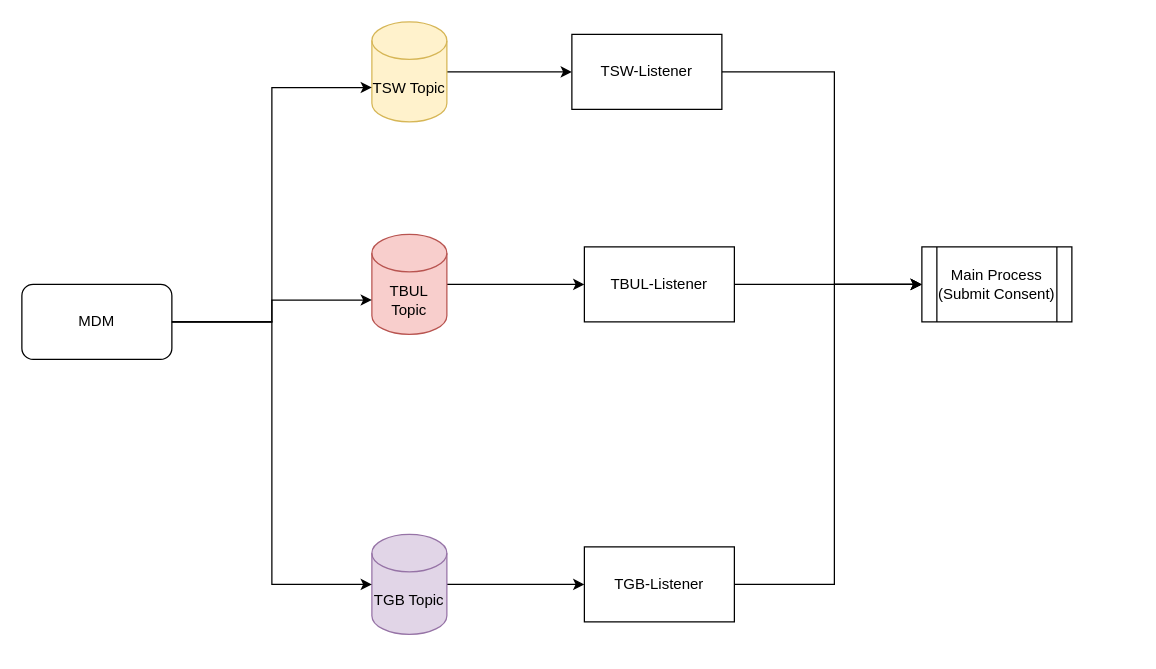
This is page "NMSC-Topics" (15 of 15) of OT.drawio from biswarup81/drawings, a draw.io file, before an edit. Source tidied: cells renumbered, new cells numbered last; positions are measured from the earlier drawing's top-left corner, leaving out a move shared by most shapes. Both pictures are drawn from the tidied source at 125%, with x=0, y=0 at pixel (21, 21).
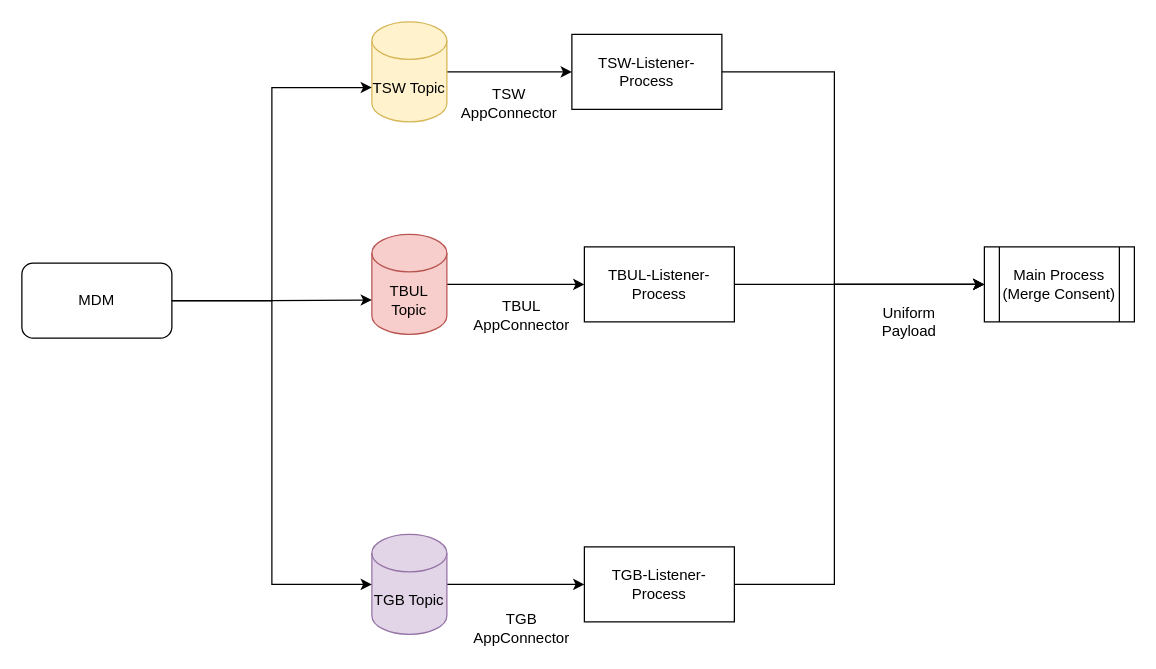
After the change.

What changed in the source:
```diff
@@
     <mxCell id="2" value="MDM" style="rounded=1;whiteSpace=wrap;html=1;" parent="1" vertex="1">
-      <mxGeometry y="210" width="120" height="60" as="geometry" />
+      <mxGeometry y="193" width="120" height="60" as="geometry" />
     </mxCell>
@@
-    <mxCell id="10" value="TSW-Listener" style="rounded=0;whiteSpace=wrap;html=1;" parent="1" vertex="1">
+    <mxCell id="10" value="TSW-Listener-Process" style="rounded=0;whiteSpace=wrap;html=1;" parent="1" vertex="1">
       <mxGeometry x="440" y="10" width="120" height="60" as="geometry" />
     </mxCell>
@@
-    <mxCell id="12" value="TBUL-Listener" style="rounded=0;whiteSpace=wrap;html=1;" parent="1" vertex="1">
+    <mxCell id="12" value="TBUL-Listener-Process" style="rounded=0;whiteSpace=wrap;html=1;" parent="1" vertex="1">
       <mxGeometry x="450" y="180" width="120" height="60" as="geometry" />
     </mxCell>
@@
-    <mxCell id="14" value="TGB-Listener" style="rounded=0;whiteSpace=wrap;html=1;" parent="1" vertex="1">
+    <mxCell id="14" value="TGB-Listener-Process" style="rounded=0;whiteSpace=wrap;html=1;" parent="1" vertex="1">
       <mxGeometry x="450" y="420" width="120" height="60" as="geometry" />
     </mxCell>
-    <mxCell id="15" value="Main Process&lt;div&gt;(Submit Consent)&lt;/div&gt;" style="shape=process;whiteSpace=wrap;html=1;backgroundOutline=1;" parent="1" vertex="1">
-      <mxGeometry x="720" y="180" width="120" height="60" as="geometry" />
+    <mxCell id="15" value="Main Process&lt;div&gt;(Merge Consent)&lt;/div&gt;" style="shape=process;whiteSpace=wrap;html=1;backgroundOutline=1;" parent="1" vertex="1">
+      <mxGeometry x="770" y="180" width="120" height="60" as="geometry" />
     </mxCell>
@@
+    <mxCell id="19" value="TBUL AppConnector" style="text;html=1;align=center;verticalAlign=middle;whiteSpace=wrap;rounded=0;" parent="1" vertex="1">
+      <mxGeometry x="370" y="220" width="60" height="30" as="geometry" />
+    </mxCell>
+    <mxCell id="20" value="TSW AppConnector" style="text;html=1;align=center;verticalAlign=middle;whiteSpace=wrap;rounded=0;" parent="1" vertex="1">
+      <mxGeometry x="360" y="50" width="60" height="30" as="geometry" />
+    </mxCell>
+    <mxCell id="21" value="TGB AppConnector" style="text;html=1;align=center;verticalAlign=middle;whiteSpace=wrap;rounded=0;" parent="1" vertex="1">
+      <mxGeometry x="370" y="470" width="60" height="30" as="geometry" />
+    </mxCell>
+    <mxCell id="22" value="Uniform&lt;div&gt;Payload&lt;/div&gt;" style="text;html=1;align=center;verticalAlign=middle;whiteSpace=wrap;rounded=0;" parent="1" vertex="1">
+      <mxGeometry x="680" y="225" width="60" height="30" as="geometry" />
+    </mxCell>
```
